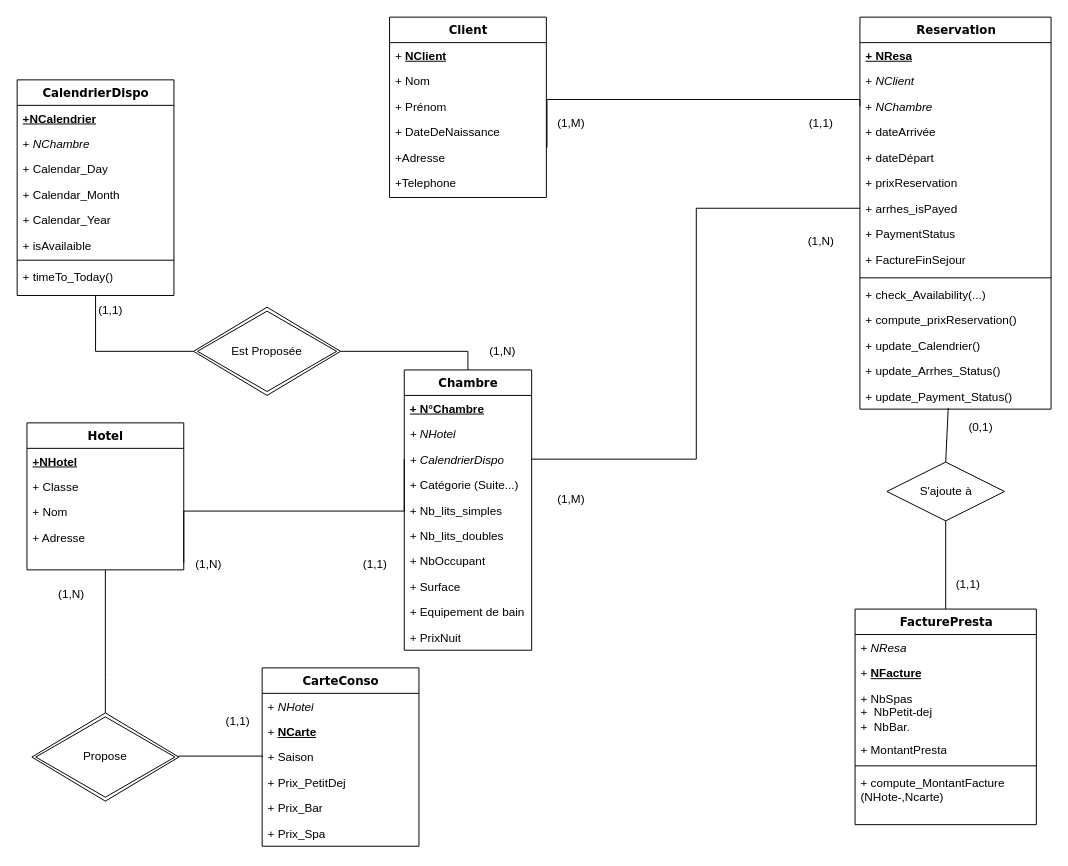
Before: Untitled Diagram.drawio in Adrien-bot/Biostat-BDD, a draw.io diagram. Source tidied: cells renumbered, new cells numbered last; positions are measured from the earlier drawing's top-left corner, leaving out a move shared by most shapes. Both pictures are drawn from the tidied source at 98%, with x=0, y=0 at pixel (17, 17).
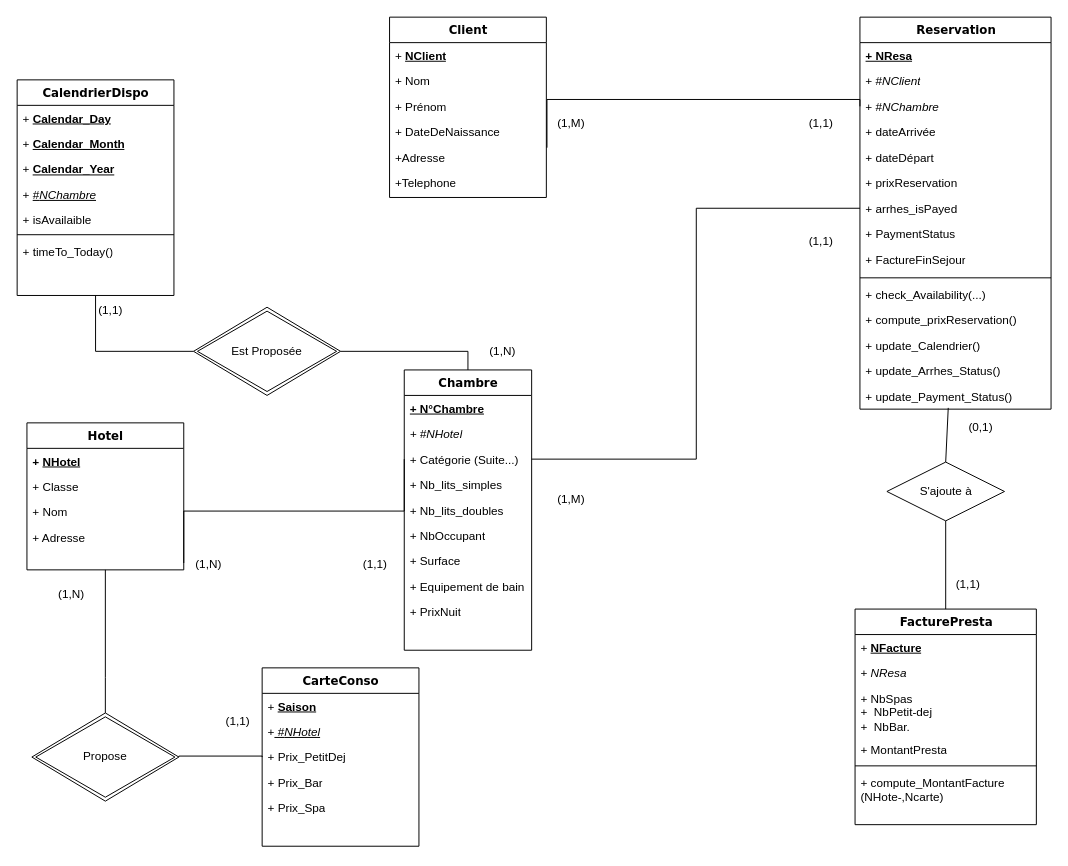
The same page after the edit.

The change refers to these unchanged cells:
```xml
<mxCell id="3" value="Chambre" style="swimlane;html=1;fontStyle=1;align=center;verticalAlign=top;horizontal=1;startSize=26;swimlaneFillColor=#ffffff;rounded=0;shadow=0;comic=0;labelBackgroundColor=none;strokeWidth=1;fillColor=none;fontFamily=Verdana;fontSize=12;" parent="1" vertex="1">
  <mxGeometry x="395" y="360" width="130" height="286" as="geometry" />
</mxCell>
<mxCell id="14" value="Hotel" style="swimlane;html=1;fontStyle=1;align=center;verticalAlign=top;horizontal=1;startSize=26;swimlaneFillColor=#ffffff;rounded=0;shadow=0;comic=0;labelBackgroundColor=none;strokeWidth=1;fillColor=none;fontFamily=Verdana;fontSize=12;" parent="1" vertex="1">
  <mxGeometry x="10" y="414" width="160" height="150" as="geometry" />
</mxCell>
<mxCell id="26" value="CalendrierDispo" style="swimlane;html=1;fontStyle=1;align=center;verticalAlign=top;horizontal=1;startSize=26;swimlaneFillColor=#ffffff;rounded=0;shadow=0;comic=0;labelBackgroundColor=none;strokeWidth=1;fillColor=none;fontFamily=Verdana;fontSize=12;" parent="1" vertex="1">
  <mxGeometry y="64" width="160" height="220" as="geometry" />
</mxCell>
<mxCell id="35" value="Reservation" style="swimlane;html=1;fontStyle=1;align=center;verticalAlign=top;horizontal=1;startSize=26;swimlaneFillColor=#ffffff;rounded=0;shadow=0;comic=0;labelBackgroundColor=none;strokeWidth=1;fillColor=none;fontFamily=Verdana;fontSize=12;" parent="1" vertex="1">
  <mxGeometry x="860" width="195" height="400" as="geometry" />
</mxCell>
<mxCell id="42" value="+ arrhes_isPayed" style="text;html=1;strokeColor=none;fillColor=none;align=left;verticalAlign=top;spacingLeft=4;spacingRight=4;whiteSpace=wrap;overflow=hidden;points=[[0,0.5],[1,0.5]];portConstraint=eastwest;" parent="35" vertex="1">
  <mxGeometry y="182" width="195" height="26" as="geometry" />
</mxCell>
<mxCell id="51" value="FacturePresta" style="swimlane;html=1;fontStyle=1;align=center;verticalAlign=top;horizontal=1;startSize=26;swimlaneFillColor=#ffffff;rounded=0;shadow=0;comic=0;labelBackgroundColor=none;strokeWidth=1;fillColor=none;fontFamily=Verdana;fontSize=12;" parent="1" vertex="1">
  <mxGeometry x="855" y="604" width="185" height="220" as="geometry" />
</mxCell>
<mxCell id="58" value="CarteConso" style="swimlane;html=1;fontStyle=1;align=center;verticalAlign=top;horizontal=1;startSize=26;swimlaneFillColor=#ffffff;rounded=0;shadow=0;comic=0;labelBackgroundColor=none;strokeWidth=1;fillColor=none;fontFamily=Verdana;fontSize=12;" parent="1" vertex="1">
  <mxGeometry x="250" y="664" width="160" height="182" as="geometry" />
</mxCell>
<mxCell id="82" value="Propose" style="shape=rhombus;double=1;perimeter=rhombusPerimeter;whiteSpace=wrap;html=1;align=center;" parent="1" vertex="1">
  <mxGeometry x="15" y="710" width="150" height="90" as="geometry" />
</mxCell>
```

Diff of the diagram source:
```diff
@@
-    <mxCell id="5" value="&lt;i&gt;+ NHotel&lt;/i&gt;" style="text;html=1;strokeColor=none;fillColor=none;align=left;verticalAlign=top;spacingLeft=4;spacingRight=4;whiteSpace=wrap;overflow=hidden;" parent="3" vertex="1">
+    <mxCell id="5" value="&lt;i&gt;+ #NHotel&lt;/i&gt;" style="text;html=1;strokeColor=none;fillColor=none;align=left;verticalAlign=top;spacingLeft=4;spacingRight=4;whiteSpace=wrap;overflow=hidden;" parent="3" vertex="1">
       <mxGeometry y="52" width="130" height="26" as="geometry" />
     </mxCell>
-    <mxCell id="6" value="&lt;i&gt;+ CalendrierDispo&lt;/i&gt;" style="text;html=1;strokeColor=none;fillColor=none;align=left;verticalAlign=top;spacingLeft=4;spacingRight=4;whiteSpace=wrap;overflow=hidden;points=[[0,0.5],[1,0.5]];portConstraint=eastwest;" parent="3" vertex="1">
-      <mxGeometry y="78" width="130" height="26" as="geometry" />
-    </mxCell>
     <mxCell id="7" value="+ Catégorie (Suite...)" style="text;html=1;strokeColor=none;fillColor=none;align=left;verticalAlign=top;spacingLeft=4;spacingRight=4;whiteSpace=wrap;overflow=hidden;" parent="3" vertex="1">
-      <mxGeometry y="104" width="130" height="26" as="geometry" />
+      <mxGeometry y="78" width="130" height="26" as="geometry" />
     </mxCell>
     <mxCell id="8" value="+ Nb_lits_simples" style="text;html=1;strokeColor=none;fillColor=none;align=left;verticalAlign=top;spacingLeft=4;spacingRight=4;whiteSpace=wrap;overflow=hidden;" parent="3" vertex="1">
-      <mxGeometry y="130" width="130" height="26" as="geometry" />
+      <mxGeometry y="104" width="130" height="26" as="geometry" />
     </mxCell>
     <mxCell id="9" value="+ Nb_lits_doubles" style="text;html=1;strokeColor=none;fillColor=none;align=left;verticalAlign=top;spacingLeft=4;spacingRight=4;whiteSpace=wrap;overflow=hidden;" parent="3" vertex="1">
-      <mxGeometry y="156" width="130" height="26" as="geometry" />
+      <mxGeometry y="130" width="130" height="26" as="geometry" />
     </mxCell>
     <mxCell id="10" value="+ NbOccupant" style="text;html=1;strokeColor=none;fillColor=none;align=left;verticalAlign=top;spacingLeft=4;spacingRight=4;whiteSpace=wrap;overflow=hidden;" parent="3" vertex="1">
-      <mxGeometry y="182" width="130" height="26" as="geometry" />
+      <mxGeometry y="156" width="130" height="26" as="geometry" />
     </mxCell>
     <mxCell id="11" value="+ Surface" style="text;html=1;strokeColor=none;fillColor=none;align=left;verticalAlign=top;spacingLeft=4;spacingRight=4;whiteSpace=wrap;overflow=hidden;" parent="3" vertex="1">
-      <mxGeometry y="208" width="130" height="26" as="geometry" />
+      <mxGeometry y="182" width="130" height="26" as="geometry" />
     </mxCell>
     <mxCell id="12" value="+ Equipement de bain" style="text;html=1;strokeColor=none;fillColor=none;align=left;verticalAlign=top;spacingLeft=4;spacingRight=4;whiteSpace=wrap;overflow=hidden;" parent="3" vertex="1">
-      <mxGeometry y="234" width="130" height="26" as="geometry" />
+      <mxGeometry y="208" width="130" height="26" as="geometry" />
     </mxCell>
     <mxCell id="13" value="+ PrixNuit" style="text;html=1;strokeColor=none;fillColor=none;align=left;verticalAlign=top;spacingLeft=4;spacingRight=4;whiteSpace=wrap;overflow=hidden;" parent="3" vertex="1">
-      <mxGeometry y="260" width="130" height="26" as="geometry" />
+      <mxGeometry y="234" width="130" height="26" as="geometry" />
     </mxCell>
@@
-    <mxCell id="15" value="&lt;b&gt;&lt;u&gt;+NHotel&lt;/u&gt;&lt;/b&gt;" style="text;html=1;strokeColor=none;fillColor=none;align=left;verticalAlign=top;spacingLeft=4;spacingRight=4;whiteSpace=wrap;overflow=hidden;" parent="14" vertex="1">
+    <mxCell id="15" value="&lt;b&gt;+ &lt;u&gt;NHotel&lt;/u&gt;&lt;/b&gt;" style="text;html=1;strokeColor=none;fillColor=none;align=left;verticalAlign=top;spacingLeft=4;spacingRight=4;whiteSpace=wrap;overflow=hidden;" parent="14" vertex="1">
       <mxGeometry y="26" width="160" height="26" as="geometry" />
     </mxCell>
@@
-    <mxCell id="27" value="&lt;b&gt;&lt;u&gt;+NCalendrier&lt;/u&gt;&lt;/b&gt;" style="text;html=1;strokeColor=none;fillColor=none;align=left;verticalAlign=top;spacingLeft=4;spacingRight=4;whiteSpace=wrap;overflow=hidden;" parent="26" vertex="1">
-      <mxGeometry y="26" width="160" height="26" as="geometry" />
-    </mxCell>
-    <mxCell id="28" value="+ &lt;i&gt;NChambre&lt;/i&gt;" style="text;html=1;strokeColor=none;fillColor=none;align=left;verticalAlign=top;spacingLeft=4;spacingRight=4;whiteSpace=wrap;overflow=hidden;" parent="26" vertex="1">
-      <mxGeometry y="52" width="160" height="26" as="geometry" />
-    </mxCell>
-    <mxCell id="29" value="+ Calendar_Day" style="text;html=1;strokeColor=none;fillColor=none;align=left;verticalAlign=top;spacingLeft=4;spacingRight=4;whiteSpace=wrap;overflow=hidden;" parent="26" vertex="1">
-      <mxGeometry y="78" width="160" height="26" as="geometry" />
+    <mxCell id="29" value="+ &lt;b&gt;&lt;u&gt;Calendar_Day&lt;/u&gt;&lt;/b&gt;" style="text;html=1;strokeColor=none;fillColor=none;align=left;verticalAlign=top;spacingLeft=4;spacingRight=4;whiteSpace=wrap;overflow=hidden;" parent="26" vertex="1">
+      <mxGeometry y="26" width="160" height="26" as="geometry" />
     </mxCell>
-    <mxCell id="30" value="+ Calendar_Month" style="text;html=1;strokeColor=none;fillColor=none;align=left;verticalAlign=top;spacingLeft=4;spacingRight=4;whiteSpace=wrap;overflow=hidden;" parent="26" vertex="1">
-      <mxGeometry y="104" width="160" height="26" as="geometry" />
+    <mxCell id="30" value="+ &lt;b&gt;&lt;u&gt;Calendar_Month&lt;/u&gt;&lt;/b&gt;" style="text;html=1;strokeColor=none;fillColor=none;align=left;verticalAlign=top;spacingLeft=4;spacingRight=4;whiteSpace=wrap;overflow=hidden;" parent="26" vertex="1">
+      <mxGeometry y="52" width="160" height="26" as="geometry" />
     </mxCell>
-    <mxCell id="31" value="+ Calendar_Year" style="text;html=1;strokeColor=none;fillColor=none;align=left;verticalAlign=top;spacingLeft=4;spacingRight=4;whiteSpace=wrap;overflow=hidden;" parent="26" vertex="1">
-      <mxGeometry y="130" width="160" height="26" as="geometry" />
+    <mxCell id="31" value="+ &lt;b&gt;&lt;u&gt;Calendar_Year&lt;/u&gt;&lt;/b&gt;" style="text;html=1;strokeColor=none;fillColor=none;align=left;verticalAlign=top;spacingLeft=4;spacingRight=4;whiteSpace=wrap;overflow=hidden;" parent="26" vertex="1">
+      <mxGeometry y="78" width="160" height="26" as="geometry" />
     </mxCell>
+    <mxCell id="28" value="+ &lt;u&gt;#&lt;i&gt;NChambre&lt;/i&gt;&lt;/u&gt;" style="text;html=1;strokeColor=none;fillColor=none;align=left;verticalAlign=top;spacingLeft=4;spacingRight=4;whiteSpace=wrap;overflow=hidden;" parent="26" vertex="1">
+      <mxGeometry y="104" width="160" height="26" as="geometry" />
+    </mxCell>
     <mxCell id="32" value="+ isAvailaible" style="text;html=1;strokeColor=none;fillColor=none;align=left;verticalAlign=top;spacingLeft=4;spacingRight=4;whiteSpace=wrap;overflow=hidden;" parent="26" vertex="1">
-      <mxGeometry y="156" width="160" height="24" as="geometry" />
+      <mxGeometry y="130" width="160" height="24" as="geometry" />
     </mxCell>
     <mxCell id="33" style="line;strokeWidth=1;fillColor=none;align=left;verticalAlign=middle;spacingTop=-1;spacingLeft=3;spacingRight=3;labelPosition=right;strokeColor=inherit;" parent="26" vertex="1">
-      <mxGeometry y="180" width="160" height="8" as="geometry" />
+      <mxGeometry y="154" width="160" height="8" as="geometry" />
     </mxCell>
     <mxCell id="34" value="+ timeTo_Today()" style="text;strokeColor=none;fillColor=none;align=left;verticalAlign=top;spacingLeft=4;spacingRight=4;overflow=hidden;whiteSpace=wrap;html=1;" parent="26" vertex="1">
-      <mxGeometry y="188" width="160" height="26" as="geometry" />
+      <mxGeometry y="162" width="160" height="26" as="geometry" />
     </mxCell>
@@
-    <mxCell id="37" value="+ &lt;i&gt;NClient&lt;/i&gt;" style="text;html=1;strokeColor=none;fillColor=none;align=left;verticalAlign=top;spacingLeft=4;spacingRight=4;whiteSpace=wrap;overflow=hidden;" parent="35" vertex="1">
+    <mxCell id="37" value="+ #&lt;i&gt;NClient&lt;/i&gt;" style="text;html=1;strokeColor=none;fillColor=none;align=left;verticalAlign=top;spacingLeft=4;spacingRight=4;whiteSpace=wrap;overflow=hidden;" parent="35" vertex="1">
       <mxGeometry y="52" width="195" height="26" as="geometry" />
     </mxCell>
-    <mxCell id="38" value="+ &lt;i&gt;NChambre&lt;/i&gt;" style="text;html=1;strokeColor=none;fillColor=none;align=left;verticalAlign=top;spacingLeft=4;spacingRight=4;whiteSpace=wrap;overflow=hidden;points=[[0,0.5],[1,0.5]];portConstraint=eastwest;" parent="35" vertex="1">
+    <mxCell id="38" value="+ #&lt;i&gt;NChambre&lt;/i&gt;" style="text;html=1;strokeColor=none;fillColor=none;align=left;verticalAlign=top;spacingLeft=4;spacingRight=4;whiteSpace=wrap;overflow=hidden;points=[[0,0.5],[1,0.5]];portConstraint=eastwest;" parent="35" vertex="1">
       <mxGeometry y="78" width="195" height="26" as="geometry" />
     </mxCell>
@@
+    <mxCell id="53" value="+ &lt;b&gt;&lt;u&gt;NFacture&lt;/u&gt;&lt;/b&gt;" style="text;html=1;strokeColor=none;fillColor=none;align=left;verticalAlign=top;spacingLeft=4;spacingRight=4;whiteSpace=wrap;overflow=hidden;" parent="51" vertex="1">
+      <mxGeometry y="26" width="185" height="26" as="geometry" />
+    </mxCell>
     <mxCell id="52" value="+ &lt;i&gt;NResa&lt;/i&gt;" style="text;html=1;strokeColor=none;fillColor=none;align=left;verticalAlign=top;spacingLeft=4;spacingRight=4;whiteSpace=wrap;overflow=hidden;" parent="51" vertex="1">
-      <mxGeometry y="26" width="185" height="26" as="geometry" />
+      <mxGeometry y="52" width="185" height="26" as="geometry" />
     </mxCell>
-    <mxCell id="53" value="+ &lt;b&gt;&lt;u&gt;NFacture&lt;/u&gt;&lt;/b&gt;" style="text;html=1;strokeColor=none;fillColor=none;align=left;verticalAlign=top;spacingLeft=4;spacingRight=4;whiteSpace=wrap;overflow=hidden;" parent="51" vertex="1">
-      <mxGeometry y="52" width="185" height="26" as="geometry" />
-    </mxCell>
@@
+    <mxCell id="60" value="+ &lt;b&gt;&lt;u&gt;Saison&lt;/u&gt;&lt;/b&gt;" style="text;html=1;strokeColor=none;fillColor=none;align=left;verticalAlign=top;spacingLeft=4;spacingRight=4;whiteSpace=wrap;overflow=hidden;" parent="58" vertex="1">
+      <mxGeometry y="26" width="160" height="26" as="geometry" />
+    </mxCell>
-    <mxCell id="59" value="+ &lt;i&gt;NHotel&lt;/i&gt;" style="text;html=1;strokeColor=none;fillColor=none;align=left;verticalAlign=top;spacingLeft=4;spacingRight=4;whiteSpace=wrap;overflow=hidden;" parent="58" vertex="1">
-      <mxGeometry y="26" width="160" height="26" as="geometry" />
+    <mxCell id="59" value="+&lt;u&gt; #&lt;i&gt;NHotel&lt;/i&gt;&lt;/u&gt;" style="text;html=1;strokeColor=none;fillColor=none;align=left;verticalAlign=top;spacingLeft=4;spacingRight=4;whiteSpace=wrap;overflow=hidden;" parent="58" vertex="1">
+      <mxGeometry y="52" width="160" height="26" as="geometry" />
     </mxCell>
-    <mxCell id="60" value="+ &lt;b&gt;&lt;u&gt;NCarte&lt;/u&gt;&lt;/b&gt;" style="text;html=1;strokeColor=none;fillColor=none;align=left;verticalAlign=top;spacingLeft=4;spacingRight=4;whiteSpace=wrap;overflow=hidden;" parent="58" vertex="1">
-      <mxGeometry y="52" width="160" height="26" as="geometry" />
-    </mxCell>
-    <mxCell id="61" value="+ Saison" style="text;html=1;strokeColor=none;fillColor=none;align=left;verticalAlign=top;spacingLeft=4;spacingRight=4;whiteSpace=wrap;overflow=hidden;points=[[0,0.5],[1,0.5]];portConstraint=eastwest;" parent="58" vertex="1">
-      <mxGeometry y="78" width="160" height="26" as="geometry" />
-    </mxCell>
     <mxCell id="62" value="+ Prix_PetitDej" style="text;html=1;strokeColor=none;fillColor=none;align=left;verticalAlign=top;spacingLeft=4;spacingRight=4;whiteSpace=wrap;overflow=hidden;" parent="58" vertex="1">
-      <mxGeometry y="104" width="160" height="26" as="geometry" />
+      <mxGeometry y="78" width="160" height="26" as="geometry" />
     </mxCell>
     <mxCell id="63" value="+ Prix_Bar" style="text;html=1;strokeColor=none;fillColor=none;align=left;verticalAlign=top;spacingLeft=4;spacingRight=4;whiteSpace=wrap;overflow=hidden;" parent="58" vertex="1">
-      <mxGeometry y="130" width="160" height="26" as="geometry" />
+      <mxGeometry y="104" width="160" height="26" as="geometry" />
     </mxCell>
     <mxCell id="64" value="+ Prix_Spa" style="text;html=1;strokeColor=none;fillColor=none;align=left;verticalAlign=top;spacingLeft=4;spacingRight=4;whiteSpace=wrap;overflow=hidden;" parent="58" vertex="1">
-      <mxGeometry y="156" width="160" height="26" as="geometry" />
+      <mxGeometry y="130" width="160" height="26" as="geometry" />
     </mxCell>
-    <mxCell id="65" style="endArrow=none;html=1;rounded=0;exitX=1;exitY=0.5;exitDx=0;exitDy=0;entryX=0;entryY=0.5;entryDx=0;entryDy=0;edgeStyle=elbowEdgeStyle;elbow=vertical;" parent="1" edge="1" target="6">
+    <mxCell id="65" style="endArrow=none;html=1;rounded=0;exitX=1;exitY=0.5;exitDx=0;exitDy=0;entryX=0;entryY=0.5;entryDx=0;entryDy=0;edgeStyle=elbowEdgeStyle;elbow=vertical;" parent="1" edge="1">
       <mxGeometry relative="1" as="geometry">
         <mxPoint x="170" y="557" as="sourcePoint" />
+        <mxPoint x="395" y="451" as="targetPoint" />
       </mxGeometry>
     </mxCell>
-    <mxCell id="66" style="edgeStyle=orthogonalEdgeStyle;rounded=0;jettySize=auto;html=1;endArrow=classic;endFill=1;strokeColor=none;" parent="1" edge="1" source="6">
+    <mxCell id="66" style="edgeStyle=orthogonalEdgeStyle;rounded=0;orthogonalLoop=1;jettySize=auto;html=1;endArrow=classic;endFill=1;strokeColor=none;" parent="1" edge="1">
       <mxGeometry relative="1" as="geometry">
+        <mxPoint x="395" y="451" as="sourcePoint" />
         <mxPoint x="305" y="414" as="targetPoint" />
       </mxGeometry>
     </mxCell>
@@
-    <mxCell id="73" value="(1,N)" style="text;html=1;align=center;verticalAlign=middle;strokeColor=none;fillColor=none;" parent="1" vertex="1">
+    <mxCell id="73" value="(1,1)" style="text;html=1;align=center;verticalAlign=middle;strokeColor=none;fillColor=none;" parent="1" vertex="1">
       <mxGeometry x="795" y="214" width="50" height="30" as="geometry" />
     </mxCell>
@@
-    <mxCell id="80" style="endArrow=none;html=1;rounded=0;entryX=0;entryY=0.5;entryDx=0;entryDy=0;exitX=1;exitY=0.5;exitDx=0;exitDy=0;edgeStyle=elbowEdgeStyle;" parent="1" edge="1" source="6" target="42">
-      <mxGeometry relative="1" as="geometry" />
+    <mxCell id="80" style="endArrow=none;html=1;rounded=0;entryX=0;entryY=0.5;entryDx=0;entryDy=0;exitX=1;exitY=0.5;exitDx=0;exitDy=0;edgeStyle=elbowEdgeStyle;" parent="1" edge="1" target="42">
+      <mxGeometry relative="1" as="geometry">
+        <mxPoint x="525" y="451" as="sourcePoint" />
+      </mxGeometry>
     </mxCell>
@@
-    <mxCell id="87" style="endArrow=none;html=1;rounded=0;entryX=1;entryY=0.5;entryDx=0;entryDy=0;exitX=0;exitY=0.5;exitDx=0;exitDy=0;edgeStyle=elbowEdgeStyle;elbow=vertical;" parent="1" edge="1" source="61" target="82">
+    <mxCell id="87" style="endArrow=none;html=1;rounded=0;entryX=1;entryY=0.5;entryDx=0;entryDy=0;exitX=0;exitY=0.5;exitDx=0;exitDy=0;edgeStyle=elbowEdgeStyle;elbow=vertical;" parent="1" edge="1" target="82">
       <mxGeometry relative="1" as="geometry">
+        <mxPoint x="250" y="755" as="sourcePoint" />
         <Array as="points">
           <mxPoint x="210" y="754" />
         </Array>
       </mxGeometry>
     </mxCell>
```
